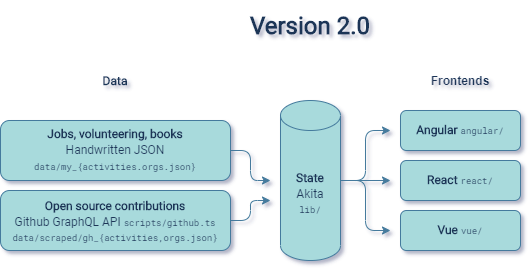
tony/cv keeps this draw.io diagram as packages/lib/assets/architecture.png. Above is the earlier version. Source tidied: cells renumbered, new cells last; positions are measured from the earlier drawing's top-left corner, leaving out a move shared by most shapes. Source of this version:
```xml
<mxGraphModel background="#F1FAEE">
  <root>
    <mxCell id="0" />
    <mxCell id="1" parent="0" />
    <mxCell id="2" style="edgeStyle=orthogonalEdgeStyle;jettySize=auto;html=1;exitX=1;exitY=0.5;exitDx=0;exitDy=0;strokeColor=#457B9D;fontColor=#1D3557;labelBackgroundColor=#F1FAEE;" parent="1" edge="1" source="3">
      <mxGeometry relative="1" as="geometry">
        <mxPoint x="270" y="180" as="targetPoint" />
      </mxGeometry>
    </mxCell>
    <mxCell id="3" value="&lt;p style=&quot;line-height: 140%&quot;&gt;&lt;font face=&quot;Roboto&quot; style=&quot;line-height: 140%&quot;&gt;&lt;b&gt;Jobs, volunteering, books&lt;/b&gt;&lt;br&gt;Handwritten JSON&lt;/font&gt;&lt;br&gt;&lt;font style=&quot;font-size: 9px&quot; face=&quot;Roboto Mono&quot;&gt;data/my_{activities.orgs.json}&lt;/font&gt;&lt;/p&gt;" style="whiteSpace=wrap;html=1;rounded=1;fillColor=#A8DADC;strokeColor=#457B9D;fontColor=#1D3557;" parent="1" vertex="1">
      <mxGeometry y="120" width="230" height="60" as="geometry" />
    </mxCell>
    <mxCell id="4" style="edgeStyle=orthogonalEdgeStyle;jettySize=auto;html=1;strokeColor=#457B9D;fontColor=#1D3557;labelBackgroundColor=#F1FAEE;" parent="1" edge="1" source="5">
      <mxGeometry relative="1" as="geometry">
        <mxPoint x="270" y="200" as="targetPoint" />
      </mxGeometry>
    </mxCell>
    <mxCell id="5" value="&lt;font face=&quot;Roboto&quot; style=&quot;line-height: 140%&quot;&gt;&lt;b style=&quot;line-height: 140%&quot;&gt;Open source contributions&lt;br&gt;&lt;/b&gt;Github GraphQL API&amp;nbsp;&lt;/font&gt;&lt;font style=&quot;line-height: 140% ; font-size: 9px&quot; face=&quot;Roboto Mono&quot;&gt;scripts/github.ts&lt;/font&gt;&lt;br&gt;&lt;font style=&quot;font-size: 9px&quot; face=&quot;Roboto Mono&quot;&gt;data/scraped/gh_{activities,orgs.json}&lt;/font&gt;" style="whiteSpace=wrap;html=1;rounded=1;fillColor=#A8DADC;strokeColor=#457B9D;fontColor=#1D3557;" parent="1" vertex="1">
      <mxGeometry y="190" width="230" height="60" as="geometry" />
    </mxCell>
    <mxCell id="6" style="edgeStyle=orthogonalEdgeStyle;jettySize=auto;html=1;strokeColor=#457B9D;fontColor=#1D3557;labelBackgroundColor=#F1FAEE;" parent="1" edge="1" source="9">
      <mxGeometry relative="1" as="geometry">
        <mxPoint x="390" y="180" as="targetPoint" />
      </mxGeometry>
    </mxCell>
    <mxCell id="7" style="edgeStyle=orthogonalEdgeStyle;jettySize=auto;html=1;strokeColor=#457B9D;fontColor=#1D3557;labelBackgroundColor=#F1FAEE;" parent="1" edge="1" source="9">
      <mxGeometry relative="1" as="geometry">
        <mxPoint x="390" y="130" as="targetPoint" />
      </mxGeometry>
    </mxCell>
    <mxCell id="8" style="edgeStyle=orthogonalEdgeStyle;jettySize=auto;html=1;strokeColor=#457B9D;fontColor=#1D3557;labelBackgroundColor=#F1FAEE;" parent="1" edge="1" source="9">
      <mxGeometry relative="1" as="geometry">
        <mxPoint x="390" y="230" as="targetPoint" />
      </mxGeometry>
    </mxCell>
    <mxCell id="9" value="&lt;p style=&quot;line-height: 120%&quot;&gt;&lt;font face=&quot;Roboto&quot; style=&quot;line-height: 140%&quot;&gt;&lt;b style=&quot;line-height: 120%&quot;&gt;State&lt;/b&gt;&lt;br&gt;Akita&lt;/font&gt;&lt;br&gt;&lt;font style=&quot;font-size: 9px&quot; face=&quot;Roboto Mono&quot;&gt;lib/&lt;/font&gt;&lt;/p&gt;" style="shape=cylinder3;whiteSpace=wrap;html=1;boundedLbl=1;backgroundOutline=1;size=15;rounded=1;fillColor=#A8DADC;strokeColor=#457B9D;fontColor=#1D3557;" parent="1" vertex="1">
      <mxGeometry x="280" y="100" width="60" height="160" as="geometry" />
    </mxCell>
    <mxCell id="10" value="&lt;b&gt;&lt;font face=&quot;Roboto&quot;&gt;Data&lt;/font&gt;&lt;/b&gt;" style="text;html=1;strokeColor=none;fillColor=none;align=center;verticalAlign=middle;whiteSpace=wrap;rounded=1;fontColor=#1D3557;" parent="1" vertex="1">
      <mxGeometry y="70" width="230" height="20" as="geometry" />
    </mxCell>
    <mxCell id="11" value="&lt;b&gt;Frontends&lt;/b&gt;" style="text;html=1;strokeColor=none;fillColor=none;align=center;verticalAlign=middle;whiteSpace=wrap;rounded=1;fontColor=#1D3557;" parent="1" vertex="1">
      <mxGeometry x="400" y="70" width="120" height="20" as="geometry" />
    </mxCell>
    <mxCell id="12" value="&lt;p style=&quot;line-height: 100%&quot;&gt;&lt;b&gt;&lt;font face=&quot;Roboto&quot;&gt;Angular&amp;nbsp;&lt;/font&gt;&lt;/b&gt;&lt;span style=&quot;font-size: 9px&quot;&gt;&lt;font face=&quot;Roboto Mono&quot;&gt;angular/&lt;/font&gt;&lt;/span&gt;&lt;/p&gt;&lt;p&gt;&lt;/p&gt;" style="whiteSpace=wrap;html=1;rounded=1;fillColor=#A8DADC;strokeColor=#457B9D;fontColor=#1D3557;" parent="1" vertex="1">
      <mxGeometry x="400" y="110" width="120" height="40" as="geometry" />
    </mxCell>
    <mxCell id="13" value="&lt;p style=&quot;line-height: 100%&quot;&gt;&lt;b&gt;&lt;font face=&quot;Roboto&quot;&gt;React&amp;nbsp;&lt;/font&gt;&lt;/b&gt;&lt;span style=&quot;font-size: 9px&quot;&gt;&lt;font face=&quot;Roboto Mono&quot;&gt;react/&lt;/font&gt;&lt;/span&gt;&lt;/p&gt;&lt;p&gt;&lt;/p&gt;" style="whiteSpace=wrap;html=1;rounded=1;fillColor=#A8DADC;strokeColor=#457B9D;fontColor=#1D3557;" parent="1" vertex="1">
      <mxGeometry x="400" y="160" width="120" height="40" as="geometry" />
    </mxCell>
    <mxCell id="14" value="&lt;p style=&quot;line-height: 100%&quot;&gt;&lt;b&gt;&lt;font face=&quot;Roboto&quot;&gt;Vue&amp;nbsp;&lt;/font&gt;&lt;/b&gt;&lt;span style=&quot;font-size: 9px&quot;&gt;&lt;font face=&quot;Roboto Mono&quot;&gt;vue/&lt;/font&gt;&lt;/span&gt;&lt;/p&gt;&lt;p&gt;&lt;/p&gt;" style="whiteSpace=wrap;html=1;rounded=1;fillColor=#A8DADC;strokeColor=#457B9D;fontColor=#1D3557;" parent="1" vertex="1">
      <mxGeometry x="400" y="210" width="120" height="40" as="geometry" />
    </mxCell>
    <mxCell id="15" value="&lt;font face=&quot;Roboto&quot; style=&quot;font-size: 24px&quot;&gt;&lt;b&gt;Version 2.0&lt;/b&gt;&lt;/font&gt;" style="text;html=1;strokeColor=none;fillColor=none;align=center;verticalAlign=middle;whiteSpace=wrap;rounded=1;fontColor=#1D3557;" parent="1" vertex="1">
      <mxGeometry x="155" width="310" height="50" as="geometry" />
    </mxCell>
  </root>
</mxGraphModel>
```
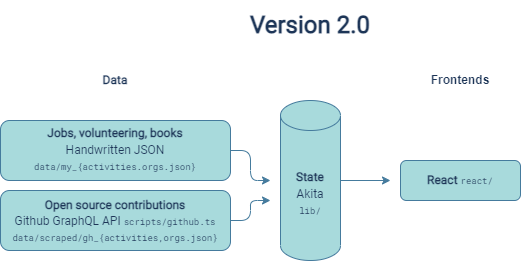
After the commit.

Commit message:
cv: Update architecture image in light of being pure react for now

Fixes #1633, via #1634 (remove angular) and #1635 (remove vue)

I may bring angular and vue back, but that's when the main app is
stable. Doing too much stretches the react app thin. Also, when they do
come back they may have to use CLI tools, since vue 3 and new angular
work that way.

The edit, as a diff of the source:
```diff
@@ -23,16 +23,6 @@
         <mxPoint x="390" y="180" as="targetPoint" />
       </mxGeometry>
     </mxCell>
-    <mxCell id="7" style="edgeStyle=orthogonalEdgeStyle;jettySize=auto;html=1;strokeColor=#457B9D;fontColor=#1D3557;labelBackgroundColor=#F1FAEE;" parent="1" edge="1" source="9">
-      <mxGeometry relative="1" as="geometry">
-        <mxPoint x="390" y="130" as="targetPoint" />
-      </mxGeometry>
-    </mxCell>
-    <mxCell id="8" style="edgeStyle=orthogonalEdgeStyle;jettySize=auto;html=1;strokeColor=#457B9D;fontColor=#1D3557;labelBackgroundColor=#F1FAEE;" parent="1" edge="1" source="9">
-      <mxGeometry relative="1" as="geometry">
-        <mxPoint x="390" y="230" as="targetPoint" />
-      </mxGeometry>
-    </mxCell>
     <mxCell id="9" value="&lt;p style=&quot;line-height: 120%&quot;&gt;&lt;font face=&quot;Roboto&quot; style=&quot;line-height: 140%&quot;&gt;&lt;b style=&quot;line-height: 120%&quot;&gt;State&lt;/b&gt;&lt;br&gt;Akita&lt;/font&gt;&lt;br&gt;&lt;font style=&quot;font-size: 9px&quot; face=&quot;Roboto Mono&quot;&gt;lib/&lt;/font&gt;&lt;/p&gt;" style="shape=cylinder3;whiteSpace=wrap;html=1;boundedLbl=1;backgroundOutline=1;size=15;rounded=1;fillColor=#A8DADC;strokeColor=#457B9D;fontColor=#1D3557;" parent="1" vertex="1">
       <mxGeometry x="280" y="100" width="60" height="160" as="geometry" />
     </mxCell>
@@ -42,15 +32,9 @@
     <mxCell id="11" value="&lt;b&gt;Frontends&lt;/b&gt;" style="text;html=1;strokeColor=none;fillColor=none;align=center;verticalAlign=middle;whiteSpace=wrap;rounded=1;fontColor=#1D3557;" parent="1" vertex="1">
       <mxGeometry x="400" y="70" width="120" height="20" as="geometry" />
     </mxCell>
-    <mxCell id="12" value="&lt;p style=&quot;line-height: 100%&quot;&gt;&lt;b&gt;&lt;font face=&quot;Roboto&quot;&gt;Angular&amp;nbsp;&lt;/font&gt;&lt;/b&gt;&lt;span style=&quot;font-size: 9px&quot;&gt;&lt;font face=&quot;Roboto Mono&quot;&gt;angular/&lt;/font&gt;&lt;/span&gt;&lt;/p&gt;&lt;p&gt;&lt;/p&gt;" style="whiteSpace=wrap;html=1;rounded=1;fillColor=#A8DADC;strokeColor=#457B9D;fontColor=#1D3557;" parent="1" vertex="1">
-      <mxGeometry x="400" y="110" width="120" height="40" as="geometry" />
-    </mxCell>
     <mxCell id="13" value="&lt;p style=&quot;line-height: 100%&quot;&gt;&lt;b&gt;&lt;font face=&quot;Roboto&quot;&gt;React&amp;nbsp;&lt;/font&gt;&lt;/b&gt;&lt;span style=&quot;font-size: 9px&quot;&gt;&lt;font face=&quot;Roboto Mono&quot;&gt;react/&lt;/font&gt;&lt;/span&gt;&lt;/p&gt;&lt;p&gt;&lt;/p&gt;" style="whiteSpace=wrap;html=1;rounded=1;fillColor=#A8DADC;strokeColor=#457B9D;fontColor=#1D3557;" parent="1" vertex="1">
       <mxGeometry x="400" y="160" width="120" height="40" as="geometry" />
     </mxCell>
-    <mxCell id="14" value="&lt;p style=&quot;line-height: 100%&quot;&gt;&lt;b&gt;&lt;font face=&quot;Roboto&quot;&gt;Vue&amp;nbsp;&lt;/font&gt;&lt;/b&gt;&lt;span style=&quot;font-size: 9px&quot;&gt;&lt;font face=&quot;Roboto Mono&quot;&gt;vue/&lt;/font&gt;&lt;/span&gt;&lt;/p&gt;&lt;p&gt;&lt;/p&gt;" style="whiteSpace=wrap;html=1;rounded=1;fillColor=#A8DADC;strokeColor=#457B9D;fontColor=#1D3557;" parent="1" vertex="1">
-      <mxGeometry x="400" y="210" width="120" height="40" as="geometry" />
-    </mxCell>
     <mxCell id="15" value="&lt;font face=&quot;Roboto&quot; style=&quot;font-size: 24px&quot;&gt;&lt;b&gt;Version 2.0&lt;/b&gt;&lt;/font&gt;" style="text;html=1;strokeColor=none;fillColor=none;align=center;verticalAlign=middle;whiteSpace=wrap;rounded=1;fontColor=#1D3557;" parent="1" vertex="1">
       <mxGeometry x="155" width="310" height="50" as="geometry" />
     </mxCell>
```
